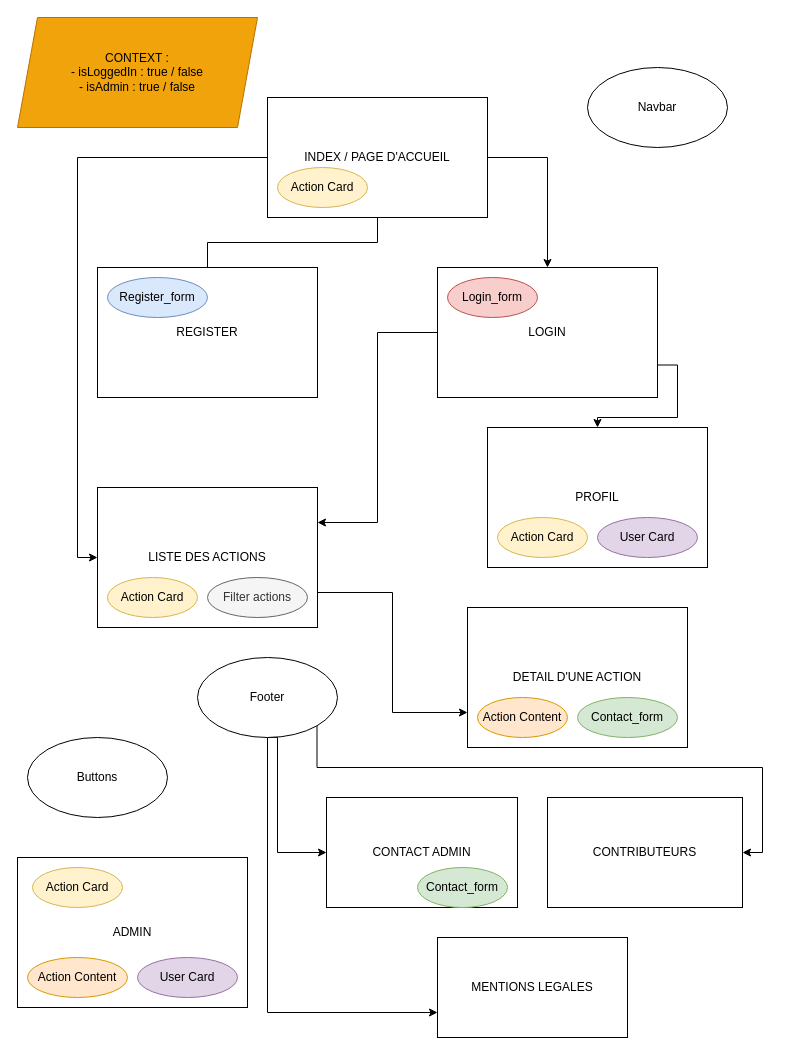
This is page "Front" (4 of 4) of Green Meet.drawio from Green-Meet/Documentation, a draw.io file, before an edit. Source tidied: cells renumbered, new cells numbered last; positions are measured from the earlier drawing's top-left corner, leaving out a move shared by most shapes. Both pictures are drawn from the tidied source at 100%, with x=0, y=0 at pixel (17, 17).
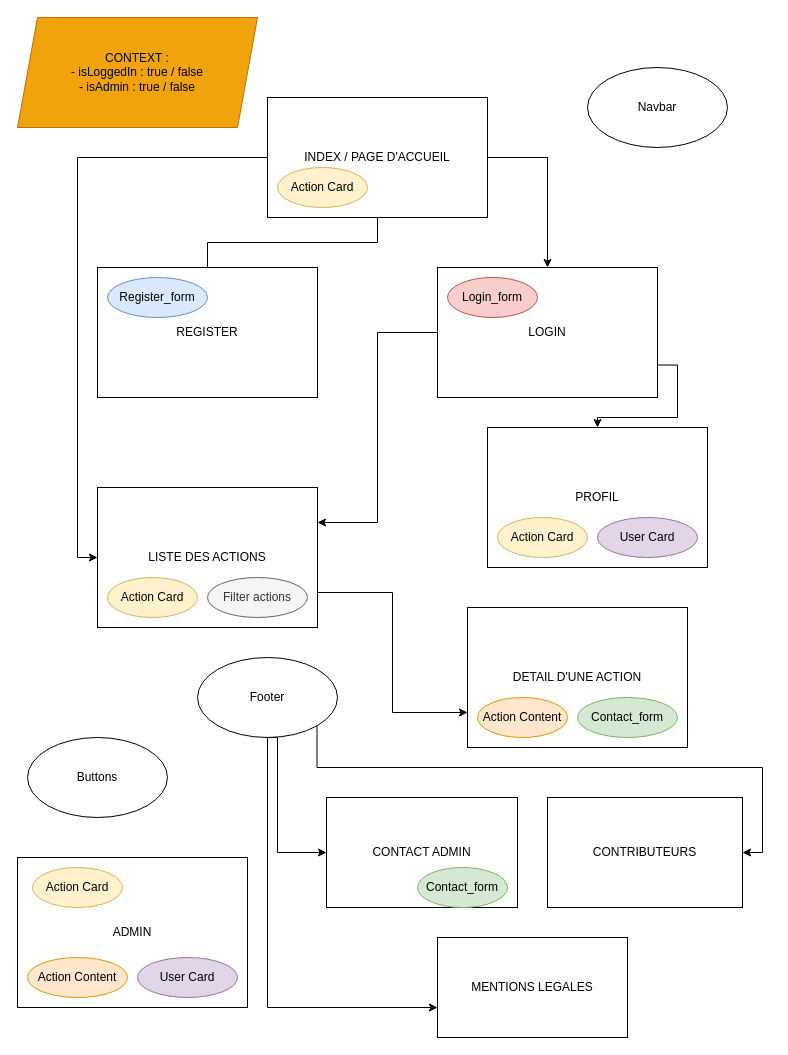
The same diagram, later.

Unchanged cells that the change refers to:
```xml
<mxCell id="18" value="Footer" style="ellipse;whiteSpace=wrap;html=1;" parent="1" vertex="1">
  <mxGeometry x="180" y="640" width="140" height="80" as="geometry" />
</mxCell>
<mxCell id="29" value="MENTIONS LEGALES" style="rounded=0;whiteSpace=wrap;html=1;" parent="1" vertex="1">
  <mxGeometry x="420" y="920" width="190" height="100" as="geometry" />
</mxCell>
```

Diff of the diagram source:
```diff
@@
-    <mxCell id="17" style="edgeStyle=orthogonalEdgeStyle;rounded=0;jettySize=auto;html=1;exitX=0.5;exitY=1;exitDx=0;exitDy=0;entryX=0;entryY=0.75;entryDx=0;entryDy=0;" parent="1" edge="1" source="18" target="29">
-      <mxGeometry relative="1" as="geometry" />
+    <mxCell id="17" style="edgeStyle=orthogonalEdgeStyle;rounded=0;jettySize=auto;html=1;exitX=0.5;exitY=1;exitDx=0;exitDy=0;" parent="1" edge="1" source="18" target="29">
+      <mxGeometry relative="1" as="geometry">
+        <Array as="points">
+          <mxPoint x="250" y="990" />
+        </Array>
+      </mxGeometry>
     </mxCell>
```
